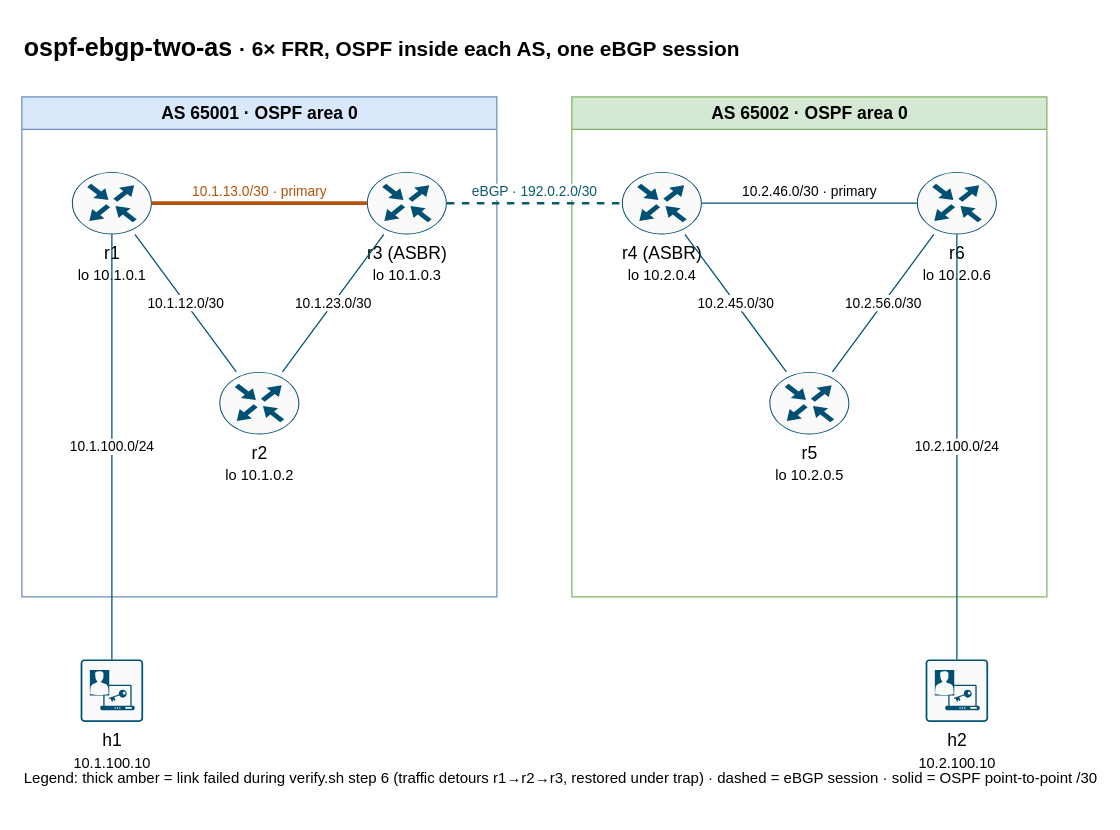
Earlier version of the draw.io diagram docs/diagrams/ospf-ebgp-two-as.drawio (n30gn0sis/network-labs). Source tidied: cells renumbered, new cells numbered last; positions are measured from the earlier drawing's top-left corner, leaving out a move shared by most shapes. Both pictures are drawn from the tidied source at 125%, with x=0, y=0 at pixel (21, 21).
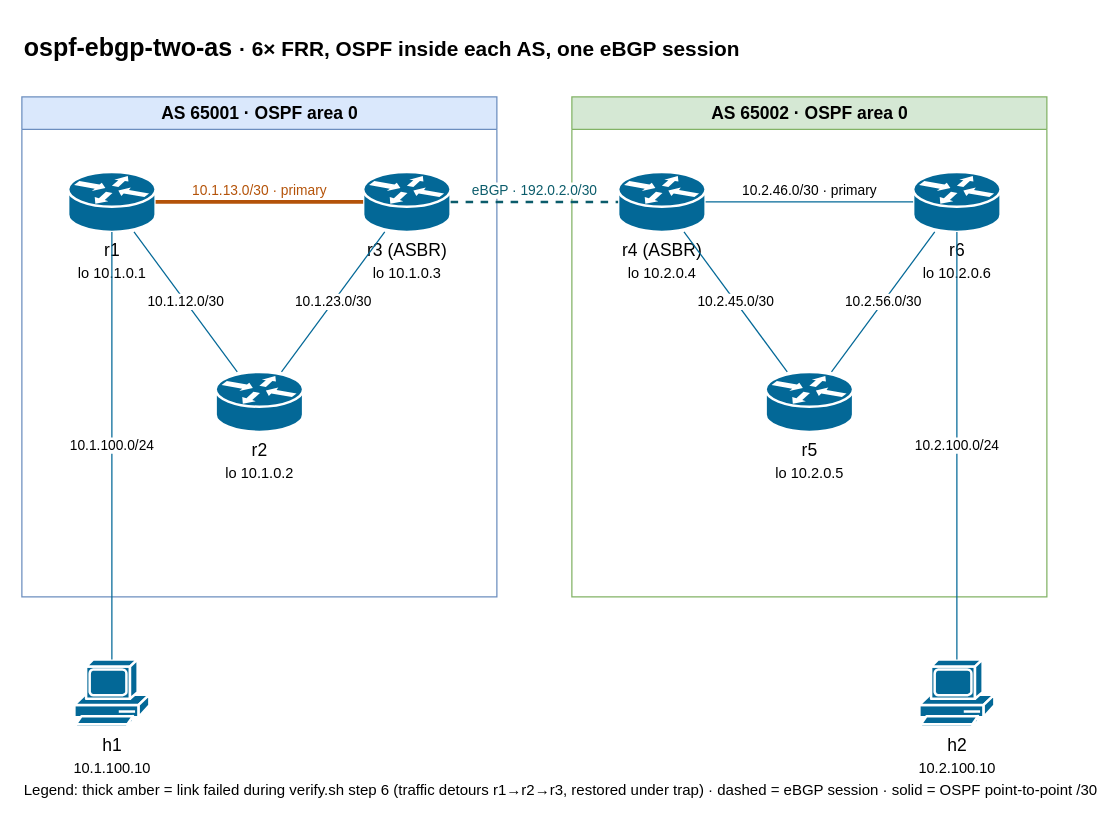
After the change.

The change refers to these unchanged cells:
```xml
<mxCell id="3" value="AS 65001 · OSPF area 0" style="swimlane;startSize=26;fillColor=#dae8fc;strokeColor=#6c8ebf;html=1;fontSize=14;" parent="1" vertex="1">
  <mxGeometry y="60" width="380" height="400" as="geometry" />
</mxCell>
<mxCell id="10" value="AS 65002 · OSPF area 0" style="swimlane;startSize=26;fillColor=#d5e8d4;strokeColor=#82b366;html=1;fontSize=14;" parent="1" vertex="1">
  <mxGeometry x="440" y="60" width="380" height="400" as="geometry" />
</mxCell>
```

What changed in the source:
```diff
@@
-    <mxCell id="4" value="r1&lt;br&gt;&lt;small&gt;lo 10.1.0.1&lt;/small&gt;" style="sketch=0;verticalLabelPosition=bottom;html=1;verticalAlign=top;align=center;shape=mxgraph.cisco19.rect;prIcon=router;fillColor=#FAFAFA;strokeColor=#005073;fontSize=14;labelPerimeter=1;" parent="3" vertex="1">
-      <mxGeometry x="40" y="60" width="64" height="50" as="geometry" />
+    <mxCell id="4" value="r1&lt;br&gt;&lt;small&gt;lo 10.1.0.1&lt;/small&gt;" style="strokeColor=#ffffff;sketch=0;html=1;dashed=0;fillColor=#036897;strokeWidth=2;verticalLabelPosition=bottom;verticalAlign=top;align=center;outlineConnect=0;shape=mxgraph.cisco.routers.router;fontSize=14;" parent="3" vertex="1">
+      <mxGeometry x="37" y="60" width="70" height="48" as="geometry" />
     </mxCell>
-    <mxCell id="5" value="r2&lt;br&gt;&lt;small&gt;lo 10.1.0.2&lt;/small&gt;" style="sketch=0;verticalLabelPosition=bottom;html=1;verticalAlign=top;align=center;shape=mxgraph.cisco19.rect;prIcon=router;fillColor=#FAFAFA;strokeColor=#005073;fontSize=14;labelPerimeter=1;" parent="3" vertex="1">
-      <mxGeometry x="158" y="220" width="64" height="50" as="geometry" />
+    <mxCell id="5" value="r2&lt;br&gt;&lt;small&gt;lo 10.1.0.2&lt;/small&gt;" style="strokeColor=#ffffff;sketch=0;html=1;dashed=0;fillColor=#036897;strokeWidth=2;verticalLabelPosition=bottom;verticalAlign=top;align=center;outlineConnect=0;shape=mxgraph.cisco.routers.router;fontSize=14;" parent="3" vertex="1">
+      <mxGeometry x="155" y="220" width="70" height="48" as="geometry" />
     </mxCell>
-    <mxCell id="6" value="r3 (ASBR)&lt;br&gt;&lt;small&gt;lo 10.1.0.3&lt;/small&gt;" style="sketch=0;verticalLabelPosition=bottom;html=1;verticalAlign=top;align=center;shape=mxgraph.cisco19.rect;prIcon=router;fillColor=#FAFAFA;strokeColor=#005073;fontSize=14;labelPerimeter=1;" parent="3" vertex="1">
-      <mxGeometry x="276" y="60" width="64" height="50" as="geometry" />
+    <mxCell id="6" value="r3 (ASBR)&lt;br&gt;&lt;small&gt;lo 10.1.0.3&lt;/small&gt;" style="strokeColor=#ffffff;sketch=0;html=1;dashed=0;fillColor=#036897;strokeWidth=2;verticalLabelPosition=bottom;verticalAlign=top;align=center;outlineConnect=0;shape=mxgraph.cisco.routers.router;fontSize=14;" parent="3" vertex="1">
+      <mxGeometry x="273" y="60" width="70" height="48" as="geometry" />
     </mxCell>
@@
-    <mxCell id="8" value="10.1.12.0/30" style="endArrow=none;html=1;strokeColor=#005073;labelBackgroundColor=default;defaultLabelBackgroundColor=page;labelPlacement=auto;" parent="3" edge="1" source="4" target="5">
+    <mxCell id="8" value="10.1.12.0/30" style="endArrow=none;html=1;strokeColor=#036897;labelBackgroundColor=default;defaultLabelBackgroundColor=page;labelPlacement=auto;" parent="3" edge="1" source="4" target="5">
       <mxGeometry relative="1" as="geometry" />
     </mxCell>
-    <mxCell id="9" value="10.1.23.0/30" style="endArrow=none;html=1;strokeColor=#005073;labelBackgroundColor=default;defaultLabelBackgroundColor=page;labelPlacement=auto;" parent="3" edge="1" source="5" target="6">
+    <mxCell id="9" value="10.1.23.0/30" style="endArrow=none;html=1;strokeColor=#036897;labelBackgroundColor=default;defaultLabelBackgroundColor=page;labelPlacement=auto;" parent="3" edge="1" source="5" target="6">
       <mxGeometry relative="1" as="geometry" />
     </mxCell>
@@
-    <mxCell id="11" value="r4 (ASBR)&lt;br&gt;&lt;small&gt;lo 10.2.0.4&lt;/small&gt;" style="sketch=0;verticalLabelPosition=bottom;html=1;verticalAlign=top;align=center;shape=mxgraph.cisco19.rect;prIcon=router;fillColor=#FAFAFA;strokeColor=#005073;fontSize=14;labelPerimeter=1;" parent="10" vertex="1">
-      <mxGeometry x="40" y="60" width="64" height="50" as="geometry" />
+    <mxCell id="11" value="r4 (ASBR)&lt;br&gt;&lt;small&gt;lo 10.2.0.4&lt;/small&gt;" style="strokeColor=#ffffff;sketch=0;html=1;dashed=0;fillColor=#036897;strokeWidth=2;verticalLabelPosition=bottom;verticalAlign=top;align=center;outlineConnect=0;shape=mxgraph.cisco.routers.router;fontSize=14;" parent="10" vertex="1">
+      <mxGeometry x="37" y="60" width="70" height="48" as="geometry" />
     </mxCell>
-    <mxCell id="12" value="r5&lt;br&gt;&lt;small&gt;lo 10.2.0.5&lt;/small&gt;" style="sketch=0;verticalLabelPosition=bottom;html=1;verticalAlign=top;align=center;shape=mxgraph.cisco19.rect;prIcon=router;fillColor=#FAFAFA;strokeColor=#005073;fontSize=14;labelPerimeter=1;" parent="10" vertex="1">
-      <mxGeometry x="158" y="220" width="64" height="50" as="geometry" />
+    <mxCell id="12" value="r5&lt;br&gt;&lt;small&gt;lo 10.2.0.5&lt;/small&gt;" style="strokeColor=#ffffff;sketch=0;html=1;dashed=0;fillColor=#036897;strokeWidth=2;verticalLabelPosition=bottom;verticalAlign=top;align=center;outlineConnect=0;shape=mxgraph.cisco.routers.router;fontSize=14;" parent="10" vertex="1">
+      <mxGeometry x="155" y="220" width="70" height="48" as="geometry" />
     </mxCell>
-    <mxCell id="13" value="r6&lt;br&gt;&lt;small&gt;lo 10.2.0.6&lt;/small&gt;" style="sketch=0;verticalLabelPosition=bottom;html=1;verticalAlign=top;align=center;shape=mxgraph.cisco19.rect;prIcon=router;fillColor=#FAFAFA;strokeColor=#005073;fontSize=14;labelPerimeter=1;" parent="10" vertex="1">
-      <mxGeometry x="276" y="60" width="64" height="50" as="geometry" />
+    <mxCell id="13" value="r6&lt;br&gt;&lt;small&gt;lo 10.2.0.6&lt;/small&gt;" style="strokeColor=#ffffff;sketch=0;html=1;dashed=0;fillColor=#036897;strokeWidth=2;verticalLabelPosition=bottom;verticalAlign=top;align=center;outlineConnect=0;shape=mxgraph.cisco.routers.router;fontSize=14;" parent="10" vertex="1">
+      <mxGeometry x="273" y="60" width="70" height="48" as="geometry" />
     </mxCell>
-    <mxCell id="14" value="10.2.46.0/30 · primary" style="endArrow=none;html=1;strokeColor=#005073;labelBackgroundColor=default;defaultLabelBackgroundColor=page;verticalAlign=bottom;labelPlacement=auto;" parent="10" edge="1" source="11" target="13">
+    <mxCell id="14" value="10.2.46.0/30 · primary" style="endArrow=none;html=1;strokeColor=#036897;labelBackgroundColor=default;defaultLabelBackgroundColor=page;verticalAlign=bottom;labelPlacement=auto;" parent="10" edge="1" source="11" target="13">
       <mxGeometry relative="1" as="geometry" />
     </mxCell>
-    <mxCell id="15" value="10.2.45.0/30" style="endArrow=none;html=1;strokeColor=#005073;labelBackgroundColor=default;defaultLabelBackgroundColor=page;labelPlacement=auto;" parent="10" edge="1" source="11" target="12">
+    <mxCell id="15" value="10.2.45.0/30" style="endArrow=none;html=1;strokeColor=#036897;labelBackgroundColor=default;defaultLabelBackgroundColor=page;labelPlacement=auto;" parent="10" edge="1" source="11" target="12">
       <mxGeometry relative="1" as="geometry" />
     </mxCell>
-    <mxCell id="16" value="10.2.56.0/30" style="endArrow=none;html=1;strokeColor=#005073;labelBackgroundColor=default;defaultLabelBackgroundColor=page;labelPlacement=auto;" parent="10" edge="1" source="12" target="13">
+    <mxCell id="16" value="10.2.56.0/30" style="endArrow=none;html=1;strokeColor=#036897;labelBackgroundColor=default;defaultLabelBackgroundColor=page;labelPlacement=auto;" parent="10" edge="1" source="12" target="13">
       <mxGeometry relative="1" as="geometry" />
     </mxCell>
@@
-    <mxCell id="18" value="h1&lt;br&gt;&lt;small&gt;10.1.100.10&lt;/small&gt;" style="sketch=0;verticalLabelPosition=bottom;html=1;verticalAlign=top;align=center;shape=mxgraph.cisco19.rect;prIcon=host_based_security;fillColor=#FAFAFA;strokeColor=#005073;fontSize=14;labelPerimeter=1;" parent="1" vertex="1">
-      <mxGeometry x="47" y="510" width="50" height="50" as="geometry" />
+    <mxCell id="18" value="h1&lt;br&gt;&lt;small&gt;10.1.100.10&lt;/small&gt;" style="sketch=0;html=1;dashed=0;fillColor=#036897;strokeColor=#ffffff;strokeWidth=2;verticalLabelPosition=bottom;verticalAlign=top;align=center;outlineConnect=0;shape=mxgraph.cisco.computers_and_peripherals.pc;fontSize=14;" parent="1" vertex="1">
+      <mxGeometry x="42" y="510" width="60" height="54" as="geometry" />
     </mxCell>
-    <mxCell id="19" value="h2&lt;br&gt;&lt;small&gt;10.2.100.10&lt;/small&gt;" style="sketch=0;verticalLabelPosition=bottom;html=1;verticalAlign=top;align=center;shape=mxgraph.cisco19.rect;prIcon=host_based_security;fillColor=#FAFAFA;strokeColor=#005073;fontSize=14;labelPerimeter=1;" parent="1" vertex="1">
-      <mxGeometry x="723" y="510" width="50" height="50" as="geometry" />
+    <mxCell id="19" value="h2&lt;br&gt;&lt;small&gt;10.2.100.10&lt;/small&gt;" style="sketch=0;html=1;dashed=0;fillColor=#036897;strokeColor=#ffffff;strokeWidth=2;verticalLabelPosition=bottom;verticalAlign=top;align=center;outlineConnect=0;shape=mxgraph.cisco.computers_and_peripherals.pc;fontSize=14;" parent="1" vertex="1">
+      <mxGeometry x="718" y="510" width="60" height="54" as="geometry" />
     </mxCell>
-    <mxCell id="20" value="10.1.100.0/24" style="endArrow=none;html=1;strokeColor=#005073;labelBackgroundColor=default;defaultLabelBackgroundColor=page;labelPlacement=auto;" parent="1" edge="1" source="4" target="18">
+    <mxCell id="20" value="10.1.100.0/24" style="endArrow=none;html=1;strokeColor=#036897;labelBackgroundColor=default;defaultLabelBackgroundColor=page;labelPlacement=auto;" parent="1" edge="1" source="4" target="18">
       <mxGeometry relative="1" as="geometry" />
     </mxCell>
-    <mxCell id="21" value="10.2.100.0/24" style="endArrow=none;html=1;strokeColor=#005073;labelBackgroundColor=default;defaultLabelBackgroundColor=page;labelPlacement=auto;" parent="1" edge="1" source="13" target="19">
+    <mxCell id="21" value="10.2.100.0/24" style="endArrow=none;html=1;strokeColor=#036897;labelBackgroundColor=default;defaultLabelBackgroundColor=page;labelPlacement=auto;" parent="1" edge="1" source="13" target="19">
       <mxGeometry relative="1" as="geometry" />
     </mxCell>
     <mxCell id="22" value="Legend: thick amber = link failed during verify.sh step 6 (traffic detours r1→r2→r3, restored under trap) · dashed = eBGP session · solid = OSPF point-to-point /30" style="text;html=1;align=left;verticalAlign=middle;fontSize=12;" parent="1" vertex="1">
-      <mxGeometry y="590" width="820" height="30" as="geometry" />
+      <mxGeometry y="600" width="820" height="30" as="geometry" />
     </mxCell>
```
